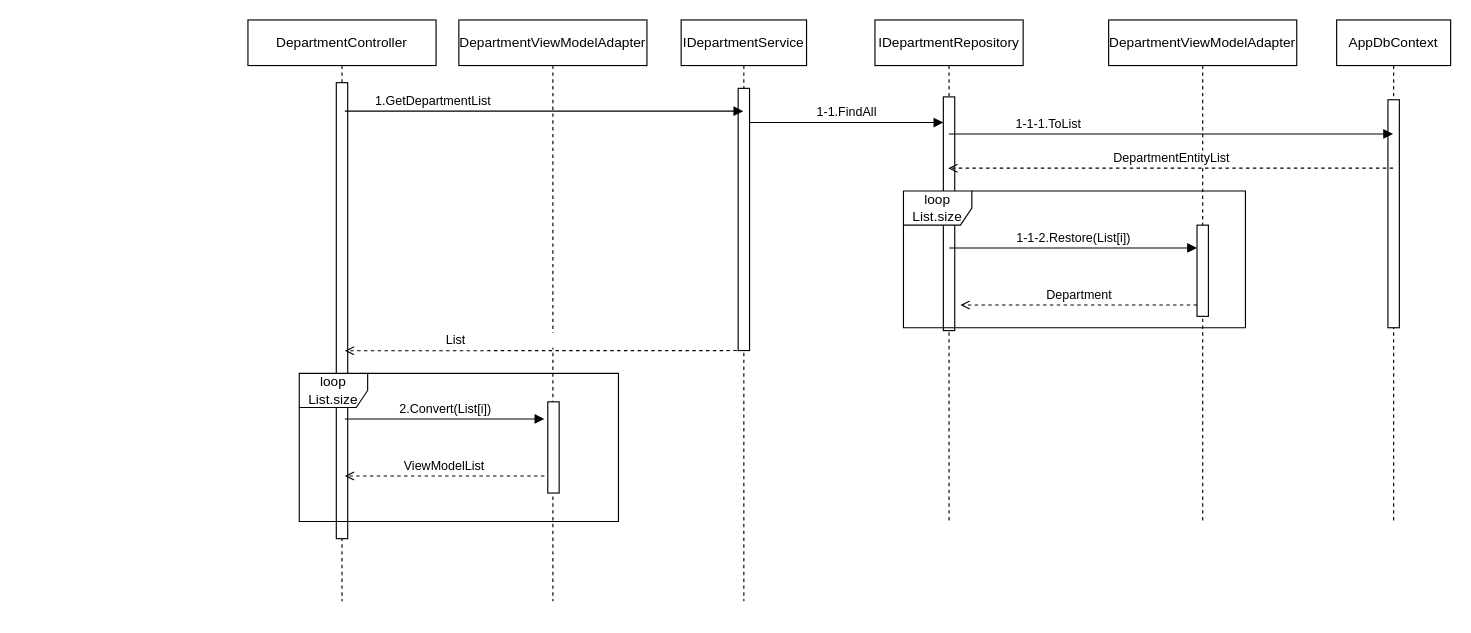
The draw.io diagram page "部署一覧取得" (1 of 8) of docs/02_design/シーケンス図.drawio in STHub65536/csharp_training_202605, before the edit. Source tidied: cells renumbered, new cells numbered last; positions are measured from the earlier drawing's top-left corner, leaving out a move shared by most shapes. Both pictures are drawn from the tidied source at 114%, with x=0, y=0 at pixel (247, 19).
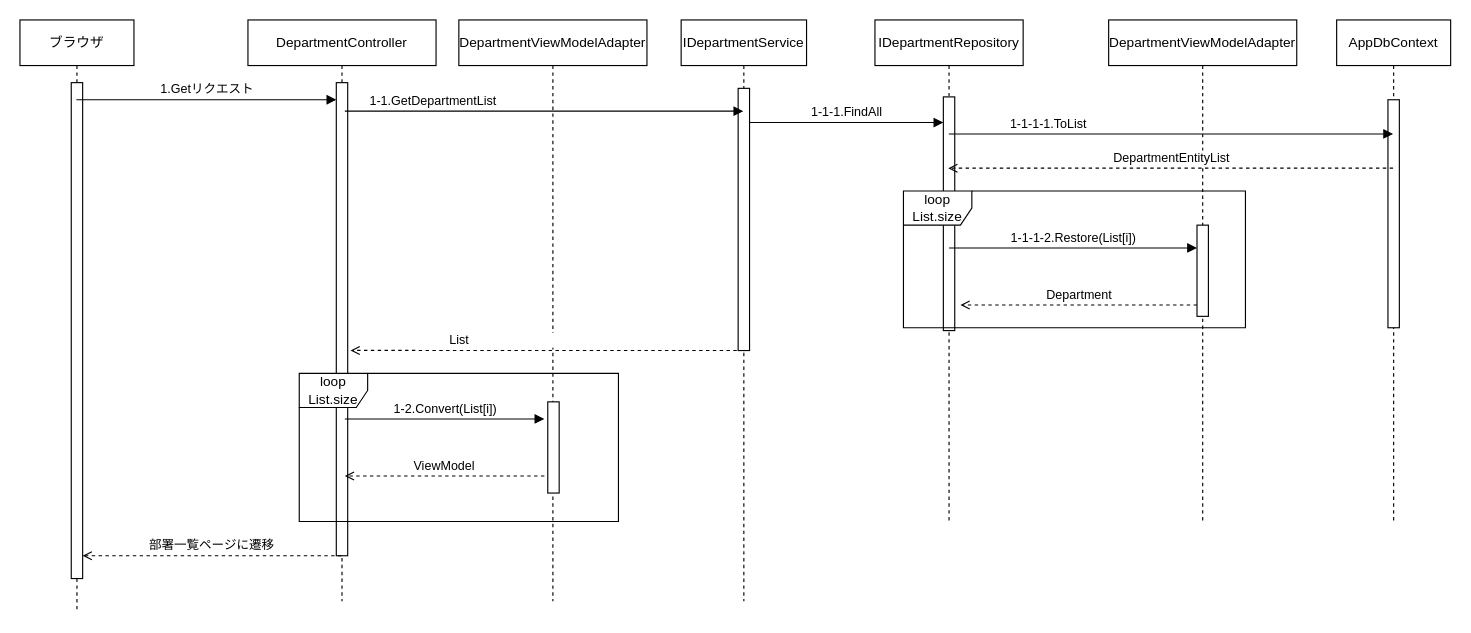
The same diagram, later.

The change refers to these unchanged cells:
```xml
<mxCell id="2" value="DepartmentController" style="shape=umlLifeline;perimeter=lifelinePerimeter;whiteSpace=wrap;html=1;newEdgeStyle={&quot;curved&quot;:0,&quot;rounded&quot;:0};" parent="1" vertex="1">
  <mxGeometry width="165" height="510" as="geometry" />
</mxCell>
<mxCell id="7" value="IDepartmentService" style="shape=umlLifeline;perimeter=lifelinePerimeter;whiteSpace=wrap;html=1;outlineConnect=0;portConstraint=eastwest;newEdgeStyle={&quot;curved&quot;:0,&quot;rounded&quot;:0};" parent="1" vertex="1">
  <mxGeometry x="380" width="110" height="510" as="geometry" />
</mxCell>
<mxCell id="19" value="DepartmentViewModelAdapter" style="shape=umlLifeline;perimeter=lifelinePerimeter;whiteSpace=wrap;html=1;newEdgeStyle={&quot;curved&quot;:0,&quot;rounded&quot;:0};" parent="1" vertex="1">
  <mxGeometry x="755" width="165" height="440" as="geometry" />
</mxCell>
<mxCell id="20" style="html=1;points=[[0,0,0,0,5],[0,1,0,0,-5],[1,0,0,0,5],[1,1,0,0,-5]];perimeter=orthogonalPerimeter;outlineConnect=0;targetShapes=umlLifeline;portConstraint=eastwest;newEdgeStyle={&quot;curved&quot;:0,&quot;rounded&quot;:0};" parent="19" vertex="1">
  <mxGeometry x="77.5" y="180" width="10" height="80" as="geometry" />
</mxCell>
```

What changed in the source:
```diff
@@
     <mxCell id="3" style="html=1;points=[[0,0,0,0,5],[0,1,0,0,-5],[1,0,0,0,5],[1,1,0,0,-5]];perimeter=orthogonalPerimeter;outlineConnect=0;targetShapes=umlLifeline;portConstraint=eastwest;newEdgeStyle={&quot;curved&quot;:0,&quot;rounded&quot;:0};" parent="2" vertex="1">
-      <mxGeometry x="77.5" y="55" width="10" height="400" as="geometry" />
+      <mxGeometry x="77.5" y="55" width="10" height="415" as="geometry" />
     </mxCell>
-    <mxCell id="4" value="2.Convert(List[i])" style="html=1;verticalAlign=bottom;endArrow=block;curved=0;rounded=0;" parent="2" edge="1">
+    <mxCell id="4" value="1-2.Convert(List[i])" style="html=1;verticalAlign=bottom;endArrow=block;curved=0;rounded=0;" parent="2" edge="1">
       <mxGeometry relative="1" as="geometry">
         <mxPoint x="85" y="350" as="sourcePoint" />
         <mxPoint x="260" y="350" as="targetPoint" />
       </mxGeometry>
     </mxCell>
-    <mxCell id="5" value="ViewModelList" style="html=1;verticalAlign=bottom;endArrow=open;curved=0;rounded=0;dashed=1;endFill=0;" parent="2" edge="1">
+    <mxCell id="5" value="ViewModel" style="html=1;verticalAlign=bottom;endArrow=open;curved=0;rounded=0;dashed=1;endFill=0;" parent="2" edge="1">
       <mxGeometry relative="1" as="geometry">
         <mxPoint x="260" y="400" as="sourcePoint" />
         <mxPoint x="85" y="400" as="targetPoint" />
       </mxGeometry>
     </mxCell>
@@
-    <mxCell id="13" value="1.GetDepartmentList&amp;nbsp; &amp;nbsp; &amp;nbsp; &amp;nbsp; &amp;nbsp; &amp;nbsp; &amp;nbsp; &amp;nbsp; &amp;nbsp; &amp;nbsp; &amp;nbsp; &amp;nbsp; &amp;nbsp; &amp;nbsp; &amp;nbsp; &amp;nbsp; &amp;nbsp; &amp;nbsp; &amp;nbsp; &amp;nbsp; &amp;nbsp; &amp;nbsp; &amp;nbsp; &amp;nbsp; &amp;nbsp; &amp;nbsp; &amp;nbsp; &amp;nbsp; &amp;nbsp; &amp;nbsp; &amp;nbsp; &amp;nbsp;&amp;nbsp;" style="html=1;verticalAlign=bottom;endArrow=block;curved=0;rounded=0;" parent="1" edge="1" target="7">
+    <mxCell id="13" value="1-1.GetDepartmentList&amp;nbsp; &amp;nbsp; &amp;nbsp; &amp;nbsp; &amp;nbsp; &amp;nbsp; &amp;nbsp; &amp;nbsp; &amp;nbsp; &amp;nbsp; &amp;nbsp; &amp;nbsp; &amp;nbsp; &amp;nbsp; &amp;nbsp; &amp;nbsp; &amp;nbsp; &amp;nbsp; &amp;nbsp; &amp;nbsp; &amp;nbsp; &amp;nbsp; &amp;nbsp; &amp;nbsp; &amp;nbsp; &amp;nbsp; &amp;nbsp; &amp;nbsp; &amp;nbsp; &amp;nbsp; &amp;nbsp; &amp;nbsp;&amp;nbsp;" style="html=1;verticalAlign=bottom;endArrow=block;curved=0;rounded=0;" parent="1" edge="1" target="7">
       <mxGeometry relative="1" as="geometry">
         <mxPoint x="85" y="80" as="sourcePoint" />
       </mxGeometry>
     </mxCell>
-    <mxCell id="14" value="1-1.FindAll" style="html=1;verticalAlign=bottom;endArrow=block;curved=0;rounded=0;" parent="1" edge="1">
+    <mxCell id="14" value="1-1-1.FindAll" style="html=1;verticalAlign=bottom;endArrow=block;curved=0;rounded=0;" parent="1" edge="1">
       <mxGeometry relative="1" as="geometry">
         <mxPoint x="440" y="90" as="sourcePoint" />
         <mxPoint x="610" y="90" as="targetPoint" />
         <Array as="points">
           <mxPoint x="475" y="90" />
         </Array>
       </mxGeometry>
     </mxCell>
-    <mxCell id="15" value="1-1-1.ToList&amp;nbsp; &amp;nbsp; &amp;nbsp; &amp;nbsp; &amp;nbsp; &amp;nbsp; &amp;nbsp; &amp;nbsp; &amp;nbsp; &amp;nbsp; &amp;nbsp; &amp;nbsp; &amp;nbsp; &amp;nbsp; &amp;nbsp; &amp;nbsp; &amp;nbsp; &amp;nbsp; &amp;nbsp; &amp;nbsp; &amp;nbsp; &amp;nbsp; &amp;nbsp; &amp;nbsp; &amp;nbsp; &amp;nbsp; &amp;nbsp; &amp;nbsp; &amp;nbsp; &amp;nbsp; &amp;nbsp; &amp;nbsp; &amp;nbsp; &amp;nbsp; &amp;nbsp; &amp;nbsp;&amp;nbsp;" style="html=1;verticalAlign=bottom;endArrow=block;curved=0;rounded=0;" parent="1" edge="1">
+    <mxCell id="15" value="1-1-1-1.ToList&amp;nbsp; &amp;nbsp; &amp;nbsp; &amp;nbsp; &amp;nbsp; &amp;nbsp; &amp;nbsp; &amp;nbsp; &amp;nbsp; &amp;nbsp; &amp;nbsp; &amp;nbsp; &amp;nbsp; &amp;nbsp; &amp;nbsp; &amp;nbsp; &amp;nbsp; &amp;nbsp; &amp;nbsp; &amp;nbsp; &amp;nbsp; &amp;nbsp; &amp;nbsp; &amp;nbsp; &amp;nbsp; &amp;nbsp; &amp;nbsp; &amp;nbsp; &amp;nbsp; &amp;nbsp; &amp;nbsp; &amp;nbsp; &amp;nbsp; &amp;nbsp; &amp;nbsp; &amp;nbsp;&amp;nbsp;" style="html=1;verticalAlign=bottom;endArrow=block;curved=0;rounded=0;" parent="1" edge="1">
       <mxGeometry x="0.01" relative="1" as="geometry">
         <mxPoint x="614.8" y="100" as="sourcePoint" />
         <mxPoint x="1004.5" y="100" as="targetPoint" />
         <Array as="points">
           <mxPoint x="635" y="100" />
         </Array>
       </mxGeometry>
     </mxCell>
@@
-    <mxCell id="18" value="List&amp;nbsp; &amp;nbsp; &amp;nbsp; &amp;nbsp; &amp;nbsp; &amp;nbsp; &amp;nbsp; &amp;nbsp; &amp;nbsp; &amp;nbsp; &amp;nbsp; &amp;nbsp; &amp;nbsp; &amp;nbsp; &amp;nbsp; &amp;nbsp; &amp;nbsp; &amp;nbsp; &amp;nbsp; &amp;nbsp; &amp;nbsp; &amp;nbsp; &amp;nbsp; &amp;nbsp; &amp;nbsp;" style="html=1;verticalAlign=bottom;endArrow=open;curved=0;rounded=0;dashed=1;endFill=0;entryX=0.75;entryY=0.588;entryDx=0;entryDy=0;entryPerimeter=0;" parent="1" edge="1" target="3">
+    <mxCell id="18" value="List&amp;nbsp; &amp;nbsp; &amp;nbsp; &amp;nbsp; &amp;nbsp; &amp;nbsp; &amp;nbsp; &amp;nbsp; &amp;nbsp; &amp;nbsp; &amp;nbsp; &amp;nbsp; &amp;nbsp; &amp;nbsp; &amp;nbsp; &amp;nbsp; &amp;nbsp; &amp;nbsp; &amp;nbsp; &amp;nbsp; &amp;nbsp; &amp;nbsp; &amp;nbsp; &amp;nbsp; &amp;nbsp;" style="html=1;verticalAlign=bottom;endArrow=open;curved=0;rounded=0;dashed=1;endFill=0;entryX=1.25;entryY=0.566;entryDx=0;entryDy=0;entryPerimeter=0;" parent="1" edge="1" target="3">
       <mxGeometry relative="1" as="geometry">
         <mxPoint x="428.8" y="290" as="sourcePoint" />
       </mxGeometry>
     </mxCell>
@@
-    <mxCell id="22" value="1-1-2.Restore(List[i])" style="html=1;verticalAlign=bottom;endArrow=block;curved=0;rounded=0;" parent="19" edge="1" target="20">
+    <mxCell id="22" value="1-1-1-2.Restore(List[i])" style="html=1;verticalAlign=bottom;endArrow=block;curved=0;rounded=0;" parent="19" edge="1" target="20">
       <mxGeometry relative="1" as="geometry">
         <mxPoint x="-140" y="200" as="sourcePoint" />
       </mxGeometry>
     </mxCell>
@@
+    <mxCell id="25" value="ブラウザ" style="shape=umlLifeline;perimeter=lifelinePerimeter;whiteSpace=wrap;html=1;newEdgeStyle={&quot;curved&quot;:0,&quot;rounded&quot;:0};" parent="1" vertex="1">
+      <mxGeometry x="-200" width="100" height="520" as="geometry" />
+    </mxCell>
+    <mxCell id="26" style="html=1;perimeter=orthogonalPerimeter;targetShapes=umlLifeline;newEdgeStyle={&quot;curved&quot;:0,&quot;rounded&quot;:0};" parent="25" vertex="1">
+      <mxGeometry x="45" y="55" width="10" height="435" as="geometry" />
+    </mxCell>
+    <mxCell id="27" value="1.Getリクエスト" style="html=1;verticalAlign=bottom;endArrow=block;curved=0;rounded=0;entryX=0;entryY=0;entryDx=0;entryDy=5;entryPerimeter=0;" parent="1" edge="1">
+      <mxGeometry relative="1" as="geometry">
+        <mxPoint x="-150.5" y="70" as="sourcePoint" />
+        <mxPoint x="77.5" y="70" as="targetPoint" />
+      </mxGeometry>
+    </mxCell>
+    <mxCell id="28" value="部署一覧ページに遷移" style="html=1;verticalAlign=bottom;endArrow=open;curved=0;rounded=0;dashed=1;endFill=0;" parent="1" edge="1">
+      <mxGeometry relative="1" as="geometry">
+        <mxPoint x="82" y="470" as="sourcePoint" />
+        <mxPoint x="-145" y="470" as="targetPoint" />
+      </mxGeometry>
+    </mxCell>
```
